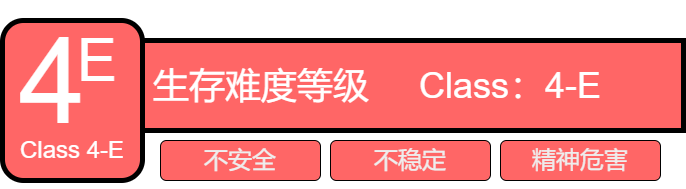
The draw.io diagram czz-level4e.png in czz4188/BackroomsCN-mirahaze-documents, before a commit. Source tidied: cells renumbered, new cells last; positions are measured from the earlier drawing's top-left corner, leaving out a move shared by most shapes.
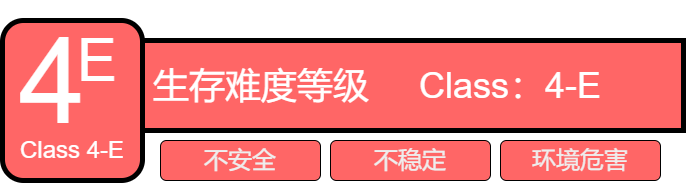
The same diagram one commit later.

Change to the diagram source:
```diff
@@ -8,7 +8,7 @@
     <mxCell id="3" value="&lt;font style=&quot;font-size: 36px; color: rgb(255, 255, 255);&quot;&gt;生存难度等级&amp;nbsp; &amp;nbsp; &amp;nbsp;&lt;/font&gt;&lt;span style=&quot;font-size: 36px; color: light-dark(rgb(255, 255, 255), rgb(18, 18, 18)); background-color: transparent;&quot;&gt;Class：4-E&lt;/span&gt;" style="text;strokeColor=none;fillColor=none;align=left;verticalAlign=middle;spacingLeft=4;spacingRight=4;overflow=hidden;whiteSpace=wrap;html=1;rounded=0;glass=0;labelBackgroundColor=none;fontColor=#EEEEEE;" parent="1" vertex="1">
       <mxGeometry x="145" y="60" width="536" height="50" as="geometry" />
     </mxCell>
-    <mxCell id="4" value="&lt;font style=&quot;font-size: 24px;&quot;&gt;精神危害&lt;/font&gt;" style="rounded=1;whiteSpace=wrap;html=1;fillColor=#FF6666;strokeColor=#000000;labelBackgroundColor=none;fontColor=#EEEEEE;" parent="1" vertex="1">
+    <mxCell id="4" value="&lt;font style=&quot;font-size: 24px;&quot;&gt;环境危害&lt;/font&gt;" style="rounded=1;whiteSpace=wrap;html=1;fillColor=#FF6666;strokeColor=#000000;labelBackgroundColor=none;fontColor=#EEEEEE;" parent="1" vertex="1">
       <mxGeometry x="498" y="140" width="160" height="40" as="geometry" />
     </mxCell>
     <mxCell id="5" value="&lt;font style=&quot;font-size: 24px;&quot;&gt;不稳定&lt;/font&gt;" style="rounded=1;whiteSpace=wrap;html=1;fillColor=#FF6666;strokeColor=#000000;direction=east;labelBackgroundColor=none;fontColor=#EEEEEE;" parent="1" vertex="1">
```
